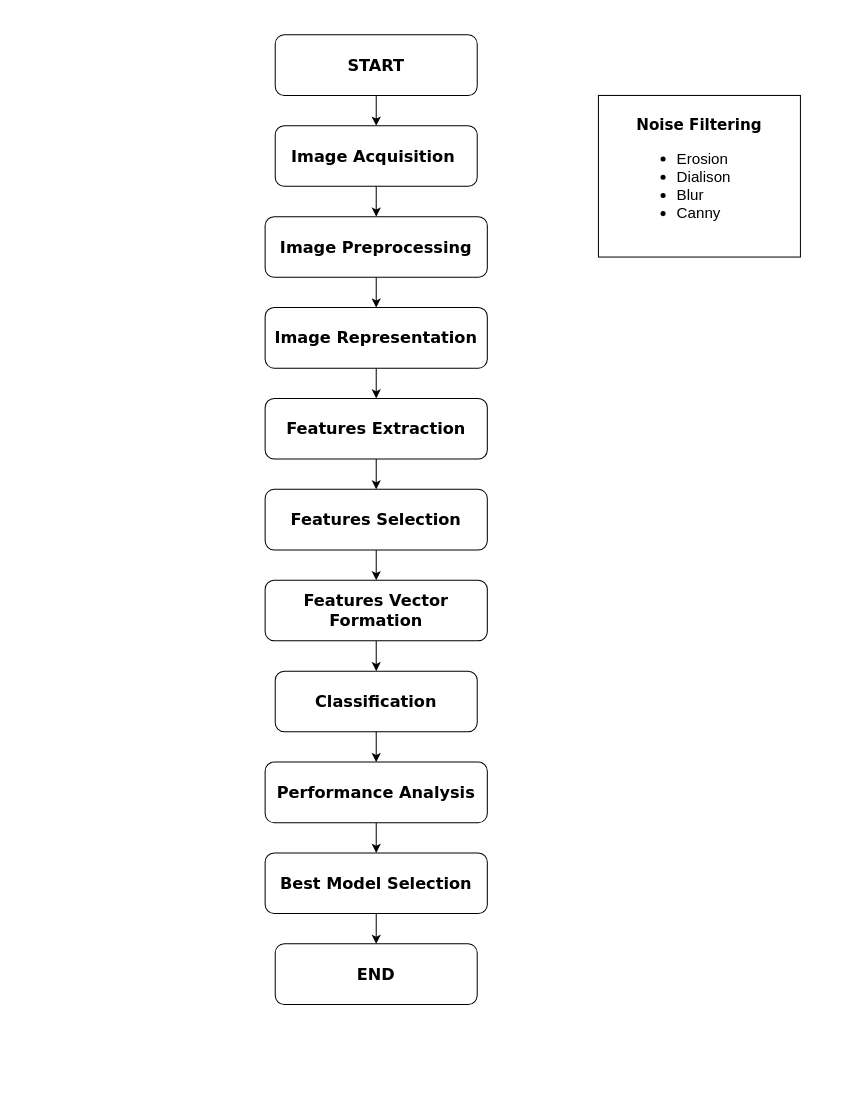
Before: Final.drawio in fahimulkabir/Thesis, a draw.io diagram. Source tidied: cells renumbered, new cells numbered last; positions are measured from the earlier drawing's top-left corner, leaving out a move shared by most shapes. Both pictures are drawn from the tidied source at 101%, with x=0, y=0 at pixel (265, 34).
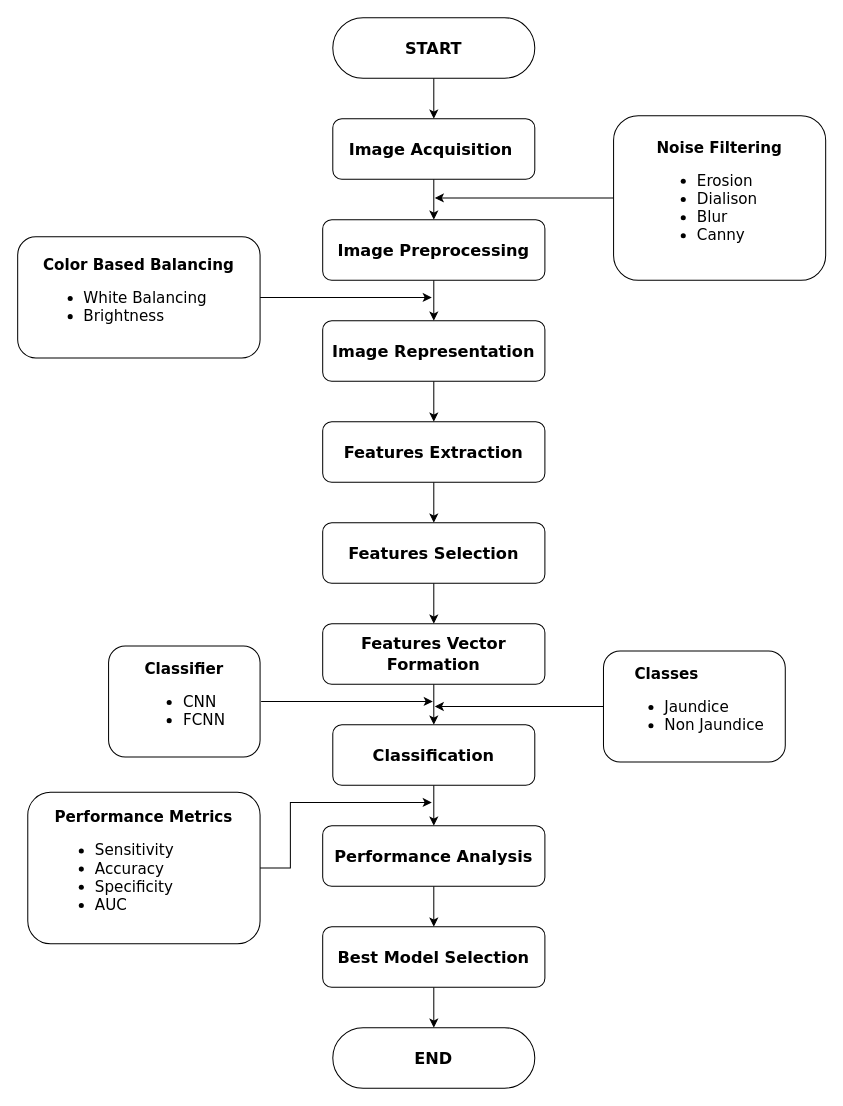
The same diagram, later.

The edit, as a diff of the source:
```diff
@@
-    <mxCell id="3" value="&lt;font size=&quot;1&quot; face=&quot;Verdana&quot;&gt;&lt;b style=&quot;font-size: 16px;&quot;&gt;START&lt;/b&gt;&lt;/font&gt;" style="rounded=1;whiteSpace=wrap;html=1;" parent="1" vertex="1">
-      <mxGeometry x="10" width="200" height="60" as="geometry" />
+    <mxCell id="3" value="&lt;font size=&quot;1&quot;&gt;&lt;b style=&quot;font-size: 16px;&quot;&gt;START&lt;/b&gt;&lt;/font&gt;" style="rounded=1;whiteSpace=wrap;html=1;fontFamily=Verdana;strokeWidth=1;arcSize=50;" parent="1" vertex="1">
+      <mxGeometry x="67" y="-17" width="200" height="60" as="geometry" />
     </mxCell>
@@
-    <mxCell id="5" value="&lt;font face=&quot;Verdana&quot;&gt;&lt;b style=&quot;font-size: 16px;&quot;&gt;Image A&lt;/b&gt;&lt;span style=&quot;font-size: 16px;&quot;&gt;&lt;b&gt;cquisition&lt;/b&gt;&lt;/span&gt;&lt;b style=&quot;font-size: 16px;&quot;&gt;&amp;nbsp;&lt;/b&gt;&lt;/font&gt;" style="rounded=1;whiteSpace=wrap;html=1;" parent="1" vertex="1">
-      <mxGeometry x="10" y="90" width="200" height="60" as="geometry" />
+    <mxCell id="5" value="&lt;font&gt;&lt;b style=&quot;font-size: 16px;&quot;&gt;Image A&lt;/b&gt;&lt;span style=&quot;font-size: 16px;&quot;&gt;&lt;b&gt;cquisition&lt;/b&gt;&lt;/span&gt;&lt;b style=&quot;font-size: 16px;&quot;&gt;&amp;nbsp;&lt;/b&gt;&lt;/font&gt;" style="rounded=1;whiteSpace=wrap;html=1;fontFamily=Verdana;" parent="1" vertex="1">
+      <mxGeometry x="67" y="83" width="200" height="60" as="geometry" />
     </mxCell>
@@
-    <mxCell id="7" value="&lt;font face=&quot;Verdana&quot;&gt;&lt;b style=&quot;font-size: 16px;&quot;&gt;Image Preprocessing&lt;/b&gt;&lt;/font&gt;" style="rounded=1;whiteSpace=wrap;html=1;" parent="1" vertex="1">
-      <mxGeometry y="180" width="220" height="60" as="geometry" />
+    <mxCell id="7" value="&lt;font&gt;&lt;b style=&quot;font-size: 16px;&quot;&gt;Image Preprocessing&lt;/b&gt;&lt;/font&gt;" style="rounded=1;whiteSpace=wrap;html=1;fontFamily=Verdana;" parent="1" vertex="1">
+      <mxGeometry x="57" y="183" width="220" height="60" as="geometry" />
     </mxCell>
@@
-    <mxCell id="9" value="&lt;font face=&quot;Verdana&quot;&gt;&lt;b style=&quot;font-size: 16px;&quot;&gt;Image Representation&lt;/b&gt;&lt;/font&gt;" style="rounded=1;whiteSpace=wrap;html=1;" parent="1" vertex="1">
-      <mxGeometry y="270" width="220" height="60" as="geometry" />
+    <mxCell id="9" value="&lt;font&gt;&lt;b style=&quot;font-size: 16px;&quot;&gt;Image Representation&lt;/b&gt;&lt;/font&gt;" style="rounded=1;whiteSpace=wrap;html=1;fontFamily=Verdana;" parent="1" vertex="1">
+      <mxGeometry x="57" y="283" width="220" height="60" as="geometry" />
     </mxCell>
@@
-    <mxCell id="11" value="&lt;font face=&quot;Verdana&quot;&gt;&lt;b style=&quot;font-size: 16px;&quot;&gt;Features&amp;nbsp;&lt;/b&gt;&lt;span style=&quot;font-size: 16px;&quot;&gt;&lt;b&gt;Extraction&lt;/b&gt;&lt;/span&gt;&lt;/font&gt;" style="rounded=1;whiteSpace=wrap;html=1;" parent="1" vertex="1">
-      <mxGeometry y="360" width="220" height="60" as="geometry" />
+    <mxCell id="11" value="&lt;font&gt;&lt;b style=&quot;font-size: 16px;&quot;&gt;Features&amp;nbsp;&lt;/b&gt;&lt;span style=&quot;font-size: 16px;&quot;&gt;&lt;b&gt;Extraction&lt;/b&gt;&lt;/span&gt;&lt;/font&gt;" style="rounded=1;whiteSpace=wrap;html=1;fontFamily=Verdana;" parent="1" vertex="1">
+      <mxGeometry x="57" y="383" width="220" height="60" as="geometry" />
     </mxCell>
@@
-    <mxCell id="13" value="&lt;font face=&quot;Verdana&quot;&gt;&lt;b style=&quot;font-size: 16px;&quot;&gt;Features&amp;nbsp;&lt;/b&gt;&lt;span style=&quot;font-size: 16px;&quot;&gt;&lt;b&gt;Selection&lt;/b&gt;&lt;/span&gt;&lt;/font&gt;" style="rounded=1;whiteSpace=wrap;html=1;" parent="1" vertex="1">
-      <mxGeometry y="450" width="220" height="60" as="geometry" />
+    <mxCell id="13" value="&lt;font&gt;&lt;b style=&quot;font-size: 16px;&quot;&gt;Features&amp;nbsp;&lt;/b&gt;&lt;span style=&quot;font-size: 16px;&quot;&gt;&lt;b&gt;Selection&lt;/b&gt;&lt;/span&gt;&lt;/font&gt;" style="rounded=1;whiteSpace=wrap;html=1;fontFamily=Verdana;" parent="1" vertex="1">
+      <mxGeometry x="57" y="483" width="220" height="60" as="geometry" />
     </mxCell>
@@
-    <mxCell id="15" value="&lt;font face=&quot;Verdana&quot;&gt;&lt;b style=&quot;font-size: 16px;&quot;&gt;Features&amp;nbsp;&lt;/b&gt;&lt;span style=&quot;font-size: 16px;&quot;&gt;&lt;b&gt;Vector&lt;br&gt;Formation&lt;br&gt;&lt;/b&gt;&lt;/span&gt;&lt;/font&gt;" style="rounded=1;whiteSpace=wrap;html=1;" parent="1" vertex="1">
-      <mxGeometry y="540" width="220" height="60" as="geometry" />
+    <mxCell id="15" value="&lt;font&gt;&lt;b style=&quot;font-size: 16px;&quot;&gt;Features&amp;nbsp;&lt;/b&gt;&lt;span style=&quot;font-size: 16px;&quot;&gt;&lt;b&gt;Vector&lt;br&gt;Formation&lt;br&gt;&lt;/b&gt;&lt;/span&gt;&lt;/font&gt;" style="rounded=1;whiteSpace=wrap;html=1;fontFamily=Verdana;" parent="1" vertex="1">
+      <mxGeometry x="57" y="583" width="220" height="60" as="geometry" />
     </mxCell>
@@
-    <mxCell id="17" value="&lt;font face=&quot;Verdana&quot;&gt;&lt;span style=&quot;font-size: 16px;&quot;&gt;&lt;b&gt;Classification&lt;/b&gt;&lt;/span&gt;&lt;/font&gt;" style="rounded=1;whiteSpace=wrap;html=1;" parent="1" vertex="1">
-      <mxGeometry x="10" y="630" width="200" height="60" as="geometry" />
+    <mxCell id="17" value="&lt;font&gt;&lt;span style=&quot;font-size: 16px;&quot;&gt;&lt;b&gt;Classification&lt;/b&gt;&lt;/span&gt;&lt;/font&gt;" style="rounded=1;whiteSpace=wrap;html=1;fontFamily=Verdana;" parent="1" vertex="1">
+      <mxGeometry x="67" y="683" width="200" height="60" as="geometry" />
     </mxCell>
@@
-    <mxCell id="19" value="&lt;font face=&quot;Verdana&quot;&gt;&lt;span style=&quot;font-size: 16px;&quot;&gt;&lt;b&gt;Performance Analysis&lt;/b&gt;&lt;/span&gt;&lt;/font&gt;" style="rounded=1;whiteSpace=wrap;html=1;" parent="1" vertex="1">
-      <mxGeometry y="720" width="220" height="60" as="geometry" />
+    <mxCell id="19" value="&lt;font&gt;&lt;span style=&quot;font-size: 16px;&quot;&gt;&lt;b&gt;Performance Analysis&lt;/b&gt;&lt;/span&gt;&lt;/font&gt;" style="rounded=1;whiteSpace=wrap;html=1;fontFamily=Verdana;" parent="1" vertex="1">
+      <mxGeometry x="57" y="783" width="220" height="60" as="geometry" />
     </mxCell>
@@
-    <mxCell id="21" value="&lt;font face=&quot;Verdana&quot;&gt;&lt;span style=&quot;font-size: 16px;&quot;&gt;&lt;b&gt;Best Model Selection&lt;/b&gt;&lt;/span&gt;&lt;/font&gt;" style="rounded=1;whiteSpace=wrap;html=1;" parent="1" vertex="1">
-      <mxGeometry y="810" width="220" height="60" as="geometry" />
+    <mxCell id="21" value="&lt;font&gt;&lt;span style=&quot;font-size: 16px;&quot;&gt;&lt;b&gt;Best Model Selection&lt;/b&gt;&lt;/span&gt;&lt;/font&gt;" style="rounded=1;whiteSpace=wrap;html=1;fontFamily=Verdana;" parent="1" vertex="1">
+      <mxGeometry x="57" y="883" width="220" height="60" as="geometry" />
     </mxCell>
-    <mxCell id="22" value="&lt;font size=&quot;1&quot; face=&quot;Verdana&quot;&gt;&lt;b style=&quot;font-size: 16px;&quot;&gt;END&lt;/b&gt;&lt;/font&gt;" style="rounded=1;whiteSpace=wrap;html=1;" parent="1" vertex="1">
-      <mxGeometry x="10" y="900" width="200" height="60" as="geometry" />
+    <mxCell id="22" value="&lt;font size=&quot;1&quot;&gt;&lt;b style=&quot;font-size: 16px;&quot;&gt;END&lt;/b&gt;&lt;/font&gt;" style="rounded=1;whiteSpace=wrap;html=1;fontFamily=Verdana;arcSize=50;" parent="1" vertex="1">
+      <mxGeometry x="67" y="983" width="200" height="60" as="geometry" />
     </mxCell>
+    <mxCell id="24" style="edgeStyle=orthogonalEdgeStyle;rounded=0;orthogonalLoop=1;jettySize=auto;html=1;fontFamily=Verdana;fontSize=15;" parent="1" edge="1">
+      <mxGeometry relative="1" as="geometry">
+        <mxPoint x="348" y="161.5" as="sourcePoint" />
+        <mxPoint x="168" y="161.5" as="targetPoint" />
+      </mxGeometry>
+    </mxCell>
-    <mxCell id="23" value="&lt;font style=&quot;&quot;&gt;&lt;b style=&quot;font-size: 15px;&quot;&gt;Noise&lt;/b&gt;&lt;b style=&quot;font-size: 15px;&quot;&gt;&amp;nbsp;Filtering&lt;/b&gt;&lt;br&gt;&lt;div style=&quot;text-align: left;&quot;&gt;&lt;ul style=&quot;&quot;&gt;&lt;li style=&quot;font-size: 15px; font-weight: bold;&quot;&gt;&lt;span style=&quot;background-color: initial; font-family: Helvetica; font-weight: normal;&quot;&gt;Erosion&lt;/span&gt;&lt;/li&gt;&lt;li style=&quot;&quot;&gt;&lt;font face=&quot;Helvetica&quot;&gt;Dialison&amp;nbsp;&lt;/font&gt;&lt;br&gt;&lt;/li&gt;&lt;li style=&quot;font-size: 15px; font-weight: bold;&quot;&gt;&lt;span style=&quot;background-color: initial; font-family: Helvetica; font-weight: normal;&quot;&gt;Blur&lt;/span&gt;&lt;/li&gt;&lt;li style=&quot;font-size: 15px; font-weight: bold;&quot;&gt;&lt;span style=&quot;background-color: initial; font-family: Helvetica; font-weight: normal;&quot;&gt;Canny&lt;/span&gt;&lt;/li&gt;&lt;/ul&gt;&lt;/div&gt;&lt;/font&gt;" style="rounded=0;whiteSpace=wrap;html=1;fontFamily=Verdana;fontSize=15;" parent="1" vertex="1">
-      <mxGeometry x="330" y="60" width="200" height="160" as="geometry" />
+    <mxCell id="23" value="&lt;font style=&quot;&quot;&gt;&lt;b style=&quot;font-size: 15px;&quot;&gt;Noise&lt;/b&gt;&lt;b style=&quot;font-size: 15px;&quot;&gt;&amp;nbsp;Filtering&lt;/b&gt;&lt;br&gt;&lt;div style=&quot;text-align: left;&quot;&gt;&lt;ul style=&quot;&quot;&gt;&lt;li style=&quot;font-size: 15px; font-weight: bold;&quot;&gt;&lt;span style=&quot;background-color: initial; font-weight: normal;&quot;&gt;Erosion&lt;/span&gt;&lt;/li&gt;&lt;li style=&quot;&quot;&gt;&lt;font&gt;Dialison&amp;nbsp;&lt;/font&gt;&lt;br&gt;&lt;/li&gt;&lt;li style=&quot;font-size: 15px; font-weight: bold;&quot;&gt;&lt;span style=&quot;background-color: initial; font-weight: normal;&quot;&gt;Blur&lt;/span&gt;&lt;/li&gt;&lt;li style=&quot;font-size: 15px; font-weight: bold;&quot;&gt;&lt;span style=&quot;background-color: initial; font-weight: normal;&quot;&gt;Canny&lt;/span&gt;&lt;/li&gt;&lt;/ul&gt;&lt;/div&gt;&lt;/font&gt;" style="rounded=1;whiteSpace=wrap;html=1;fontFamily=Verdana;fontSize=15;shadow=0;glass=0;sketch=0;" parent="1" vertex="1">
+      <mxGeometry x="345" y="80" width="210" height="163" as="geometry" />
     </mxCell>
+    <mxCell id="25" style="edgeStyle=orthogonalEdgeStyle;rounded=0;jettySize=auto;html=1;fontFamily=Verdana;fontSize=15;" parent="1" edge="1" source="26">
+      <mxGeometry relative="1" as="geometry">
+        <mxPoint x="165" y="260" as="targetPoint" />
+      </mxGeometry>
+    </mxCell>
+    <mxCell id="26" value="&lt;span style=&quot;background-color: initial; text-align: left;&quot;&gt;&lt;b&gt;Color Based Balancing&lt;/b&gt;&lt;/span&gt;&lt;span style=&quot;background-color: initial;&quot;&gt;&lt;br&gt;&lt;div style=&quot;text-align: left;&quot;&gt;&lt;ul&gt;&lt;li&gt;&lt;span style=&quot;background-color: initial;&quot;&gt;White Balancing&lt;/span&gt;&lt;/li&gt;&lt;li&gt;&lt;span style=&quot;background-color: initial;&quot;&gt;Brightness&lt;/span&gt;&lt;/li&gt;&lt;/ul&gt;&lt;/div&gt;&lt;/span&gt;" style="rounded=1;whiteSpace=wrap;html=1;fontFamily=Verdana;fontSize=15;shadow=0;glass=0;sketch=0;" parent="1" vertex="1">
+      <mxGeometry x="-245" y="200" width="240" height="120" as="geometry" />
+    </mxCell>
+    <mxCell id="27" style="edgeStyle=orthogonalEdgeStyle;rounded=0;orthogonalLoop=1;jettySize=auto;html=1;exitX=1;exitY=0.5;exitDx=0;exitDy=0;fontFamily=Verdana;fontSize=15;" parent="1" edge="1">
+      <mxGeometry relative="1" as="geometry">
+        <mxPoint x="-4" y="660" as="sourcePoint" />
+        <mxPoint x="166" y="660" as="targetPoint" />
+      </mxGeometry>
+    </mxCell>
+    <mxCell id="28" value="&lt;div style=&quot;&quot;&gt;&lt;b style=&quot;background-color: initial;&quot;&gt;Classifier&lt;/b&gt;&lt;/div&gt;&lt;span style=&quot;background-color: initial;&quot;&gt;&lt;b&gt;&lt;div style=&quot;&quot;&gt;&lt;ul&gt;&lt;li style=&quot;text-align: left;&quot;&gt;&lt;span style=&quot;background-color: initial; font-weight: normal;&quot;&gt;CNN&lt;/span&gt;&lt;/li&gt;&lt;li style=&quot;text-align: left;&quot;&gt;&lt;span style=&quot;background-color: initial; font-weight: normal;&quot;&gt;FCNN&lt;/span&gt;&lt;/li&gt;&lt;/ul&gt;&lt;/div&gt;&lt;/b&gt;&lt;/span&gt;" style="rounded=1;whiteSpace=wrap;html=1;fontFamily=Verdana;fontSize=15;shadow=0;glass=0;sketch=0;align=center;" parent="1" vertex="1">
+      <mxGeometry x="-155" y="605" width="150" height="110" as="geometry" />
+    </mxCell>
+    <mxCell id="29" style="edgeStyle=orthogonalEdgeStyle;rounded=0;orthogonalLoop=1;jettySize=auto;html=1;fontFamily=Verdana;fontSize=15;" parent="1" edge="1">
+      <mxGeometry relative="1" as="geometry">
+        <mxPoint x="338" y="665" as="sourcePoint" />
+        <mxPoint x="168" y="665" as="targetPoint" />
+      </mxGeometry>
+    </mxCell>
+    <mxCell id="30" value="&lt;div style=&quot;text-align: left;&quot;&gt;&lt;b style=&quot;background-color: initial;&quot;&gt;&amp;nbsp; Classes&lt;/b&gt;&lt;/div&gt;&lt;span style=&quot;background-color: initial;&quot;&gt;&lt;div style=&quot;text-align: left;&quot;&gt;&lt;ul style=&quot;&quot;&gt;&lt;li style=&quot;font-weight: bold;&quot;&gt;&lt;span style=&quot;background-color: initial; font-weight: normal; text-align: center;&quot;&gt;Jaundice&lt;/span&gt;&lt;/li&gt;&lt;li style=&quot;&quot;&gt;&lt;span style=&quot;font-weight: normal; background-color: initial; text-align: center;&quot;&gt;Non&amp;nbsp;&lt;/span&gt;&lt;font&gt;Jaundice&lt;/font&gt;&lt;/li&gt;&lt;/ul&gt;&lt;/div&gt;&lt;/span&gt;" style="rounded=1;whiteSpace=wrap;html=1;fontFamily=Verdana;fontSize=15;shadow=0;glass=0;sketch=0;" parent="1" vertex="1">
+      <mxGeometry x="335" y="610" width="180" height="110" as="geometry" />
+    </mxCell>
+    <mxCell id="31" style="edgeStyle=orthogonalEdgeStyle;rounded=0;jettySize=auto;html=1;fontFamily=Verdana;fontSize=15;" parent="1" edge="1" source="32">
+      <mxGeometry relative="1" as="geometry">
+        <mxPoint x="165" y="760" as="targetPoint" />
+        <Array as="points">
+          <mxPoint x="25" y="825" />
+          <mxPoint x="25" y="760" />
+        </Array>
+      </mxGeometry>
+    </mxCell>
+    <mxCell id="32" value="&lt;span style=&quot;background-color: initial; text-align: left;&quot;&gt;&lt;b&gt;Performance Metrics&lt;/b&gt;&lt;br&gt;&lt;div style=&quot;text-align: left;&quot;&gt;&lt;ul style=&quot;&quot;&gt;&lt;li style=&quot;&quot;&gt;&lt;span style=&quot;background-color: initial; text-align: center;&quot;&gt;Sensitivity&lt;/span&gt;&lt;/li&gt;&lt;li style=&quot;&quot;&gt;&lt;span style=&quot;background-color: initial;&quot;&gt;Accuracy&lt;/span&gt;&lt;/li&gt;&lt;li style=&quot;&quot;&gt;&lt;span style=&quot;background-color: initial;&quot;&gt;Specificity&lt;/span&gt;&lt;/li&gt;&lt;li style=&quot;&quot;&gt;&lt;span style=&quot;background-color: initial;&quot;&gt;AUC&lt;/span&gt;&lt;/li&gt;&lt;/ul&gt;&lt;/div&gt;&lt;/span&gt;" style="rounded=1;whiteSpace=wrap;html=1;fontFamily=Verdana;fontSize=15;shadow=0;glass=0;sketch=0;" parent="1" vertex="1">
+      <mxGeometry x="-235" y="750" width="230" height="150" as="geometry" />
+    </mxCell>
```
